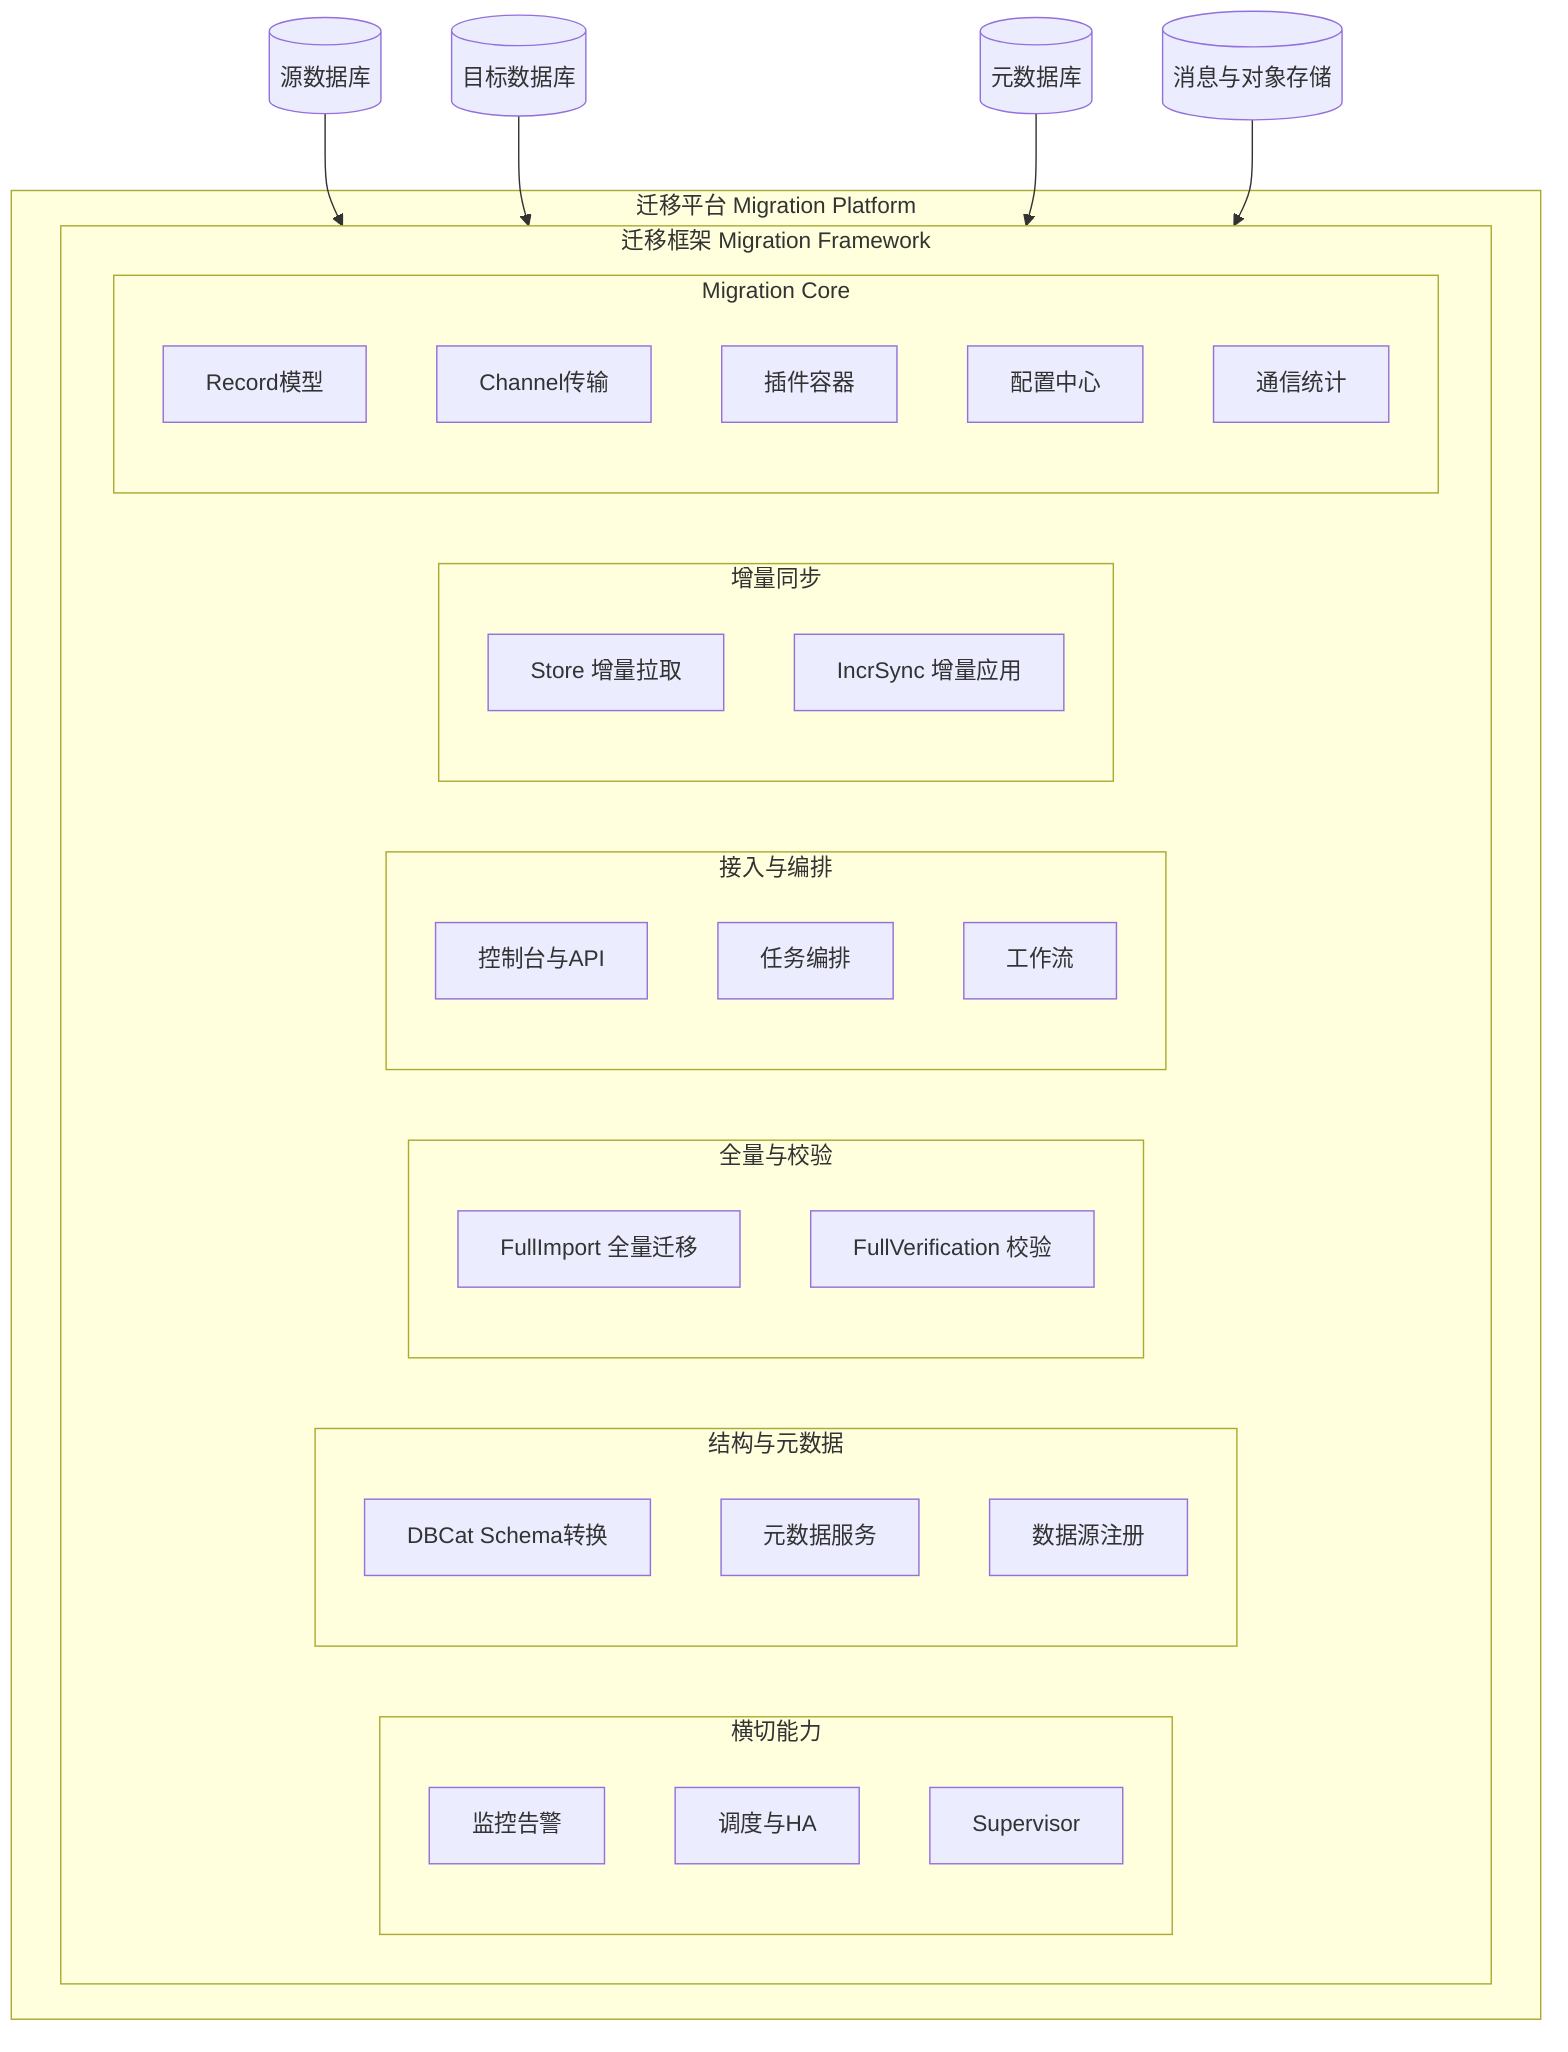
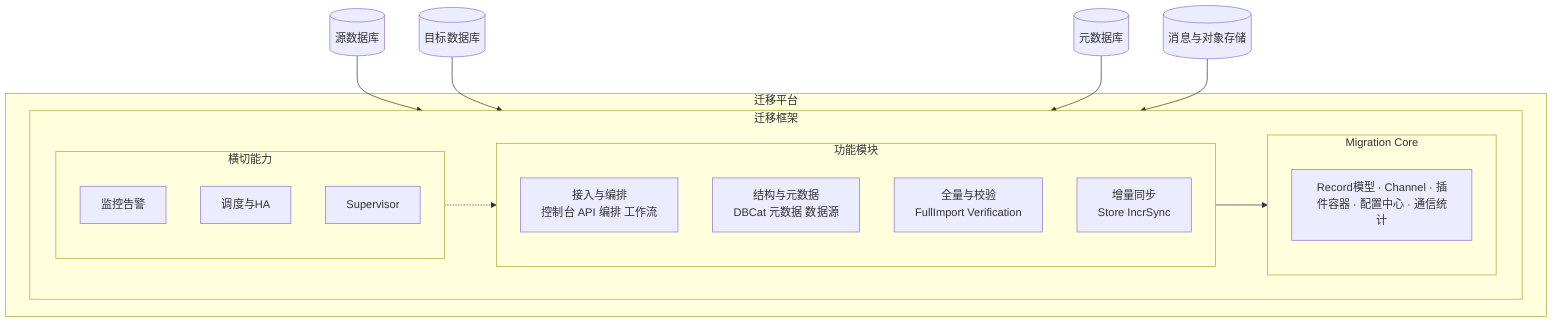
flowchart TB
-     subgraph platform [迁移平台 Migration Platform]
-         subgraph framework [迁移框架 Migration Framework]
-             subgraph crossCut [横切能力]
-                 Monitor[监控告警]
-                 Scheduler[调度与HA]
-                 Supervisor[Supervisor]
+     subgraph platform [迁移平台]
+         subgraph framework [迁移框架]
+             subgraph row1 [功能模块]
+                 Access[接入与编排<br/>控制台 API 编排 工作流]
+                 Schema[结构与元数据<br/>DBCat 元数据 数据源]
+                 Batch[全量与校验<br/>FullImport Verification]
+                 Incr[增量同步<br/>Store IncrSync]
            end

-             subgraph schemaBlock [结构与元数据]
-                 DBCat[DBCat Schema转换]
-                 MetaSvc[元数据服务]
-                 DSReg[数据源注册]
-             end
- 
-             subgraph batchBlock [全量与校验]
-                 FullImport[FullImport 全量迁移]
-                 Verify[FullVerification 校验]
-             end
- 
-             subgraph accessBlock [接入与编排]
-                 Console[控制台与API]
-                 Orchestrator[任务编排]
-                 Workflow[工作流]
-             end
- 
-             subgraph incrBlock [增量同步]
-                 Store[Store 增量拉取]
-                 IncrSync[IncrSync 增量应用]
+             subgraph cross [横切能力]
+                 Mon[监控告警]
+                 Sched[调度与HA]
+                 Sup[Supervisor]
            end

            subgraph core [Migration Core]
-                 RecordModel[Record模型]
-                 Channel[Channel传输]
-                 PluginContainer[插件容器]
-                 ConfigCenter[配置中心]
-                 Stats[通信统计]
+                 CoreItems[Record模型 · Channel · 插件容器 · 配置中心 · 通信统计]
            end
+ 
+             row1 --> core
+             cross -.-> row1
        end
    end

-     SourceDB[(源数据库)] --> framework
-     TargetDB[(目标数据库)] --> framework
-     MetaDB[(元数据库)] --> framework
-     Storage[(消息与对象存储)] --> framework
+     Source[(源数据库)] --> framework
+     Target[(目标数据库)] --> framework
+     Meta[(元数据库)] --> framework
+     StoreExt[(消息与对象存储)] --> framework
